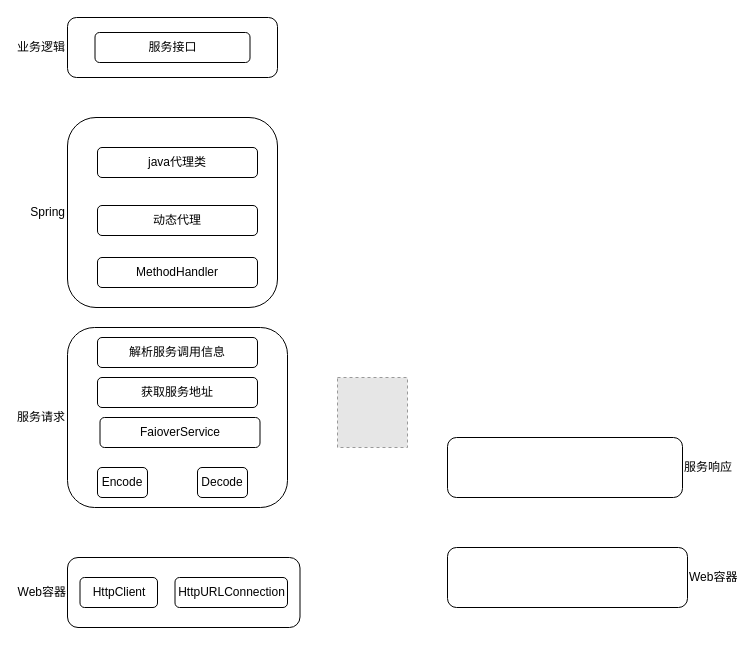
Before: page "微服务" (2 of 3) of uapp.drawio in jiajw0426/docsify, a draw.io diagram. Source tidied: cells renumbered, new cells numbered last; positions are measured from the earlier drawing's top-left corner, leaving out a move shared by most shapes. Both pictures are drawn from the tidied source at 100%, with x=0, y=0 at pixel (67, 17). Pictures stored in the file or linked from it are replaced by grey dashed boxes.
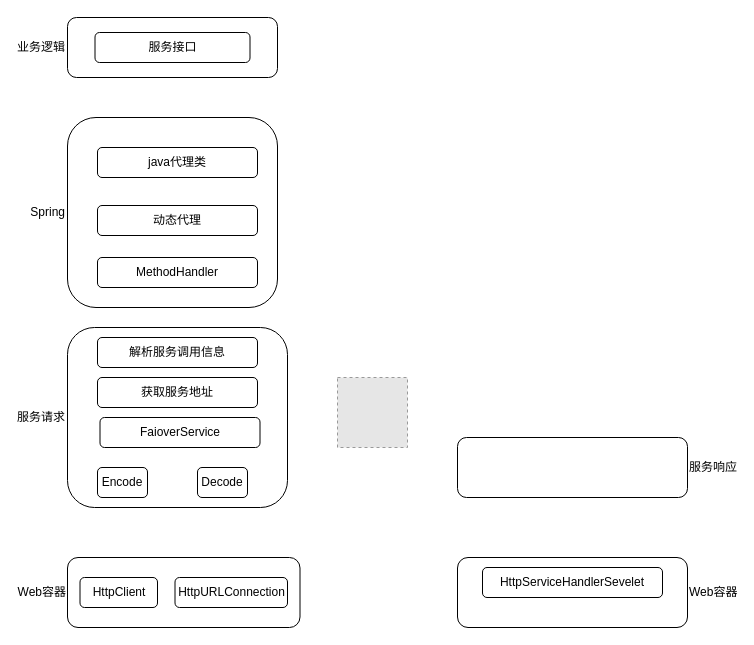
Above is the later version.

The edit, as a diff of the source:
```diff
@@
     <mxCell id="10" value="服务响应" style="rounded=1;whiteSpace=wrap;html=1;labelPosition=right;verticalLabelPosition=middle;align=left;verticalAlign=middle;" parent="1" vertex="1">
-      <mxGeometry x="380" y="420" width="235" height="60" as="geometry" />
+      <mxGeometry x="390" y="420" width="230" height="60" as="geometry" />
     </mxCell>
     <mxCell id="11" value="Web容器" style="rounded=1;whiteSpace=wrap;html=1;labelPosition=right;verticalLabelPosition=middle;align=left;verticalAlign=middle;" parent="1" vertex="1">
-      <mxGeometry x="380" y="530" width="240" height="60" as="geometry" />
+      <mxGeometry x="390" y="540" width="230" height="70" as="geometry" />
     </mxCell>
@@
+    <mxCell id="20" value="HttpServiceHandlerSevelet" style="rounded=1;whiteSpace=wrap;html=1;" parent="1" vertex="1">
+      <mxGeometry x="415" y="550" width="180" height="30" as="geometry" />
+    </mxCell>
```
